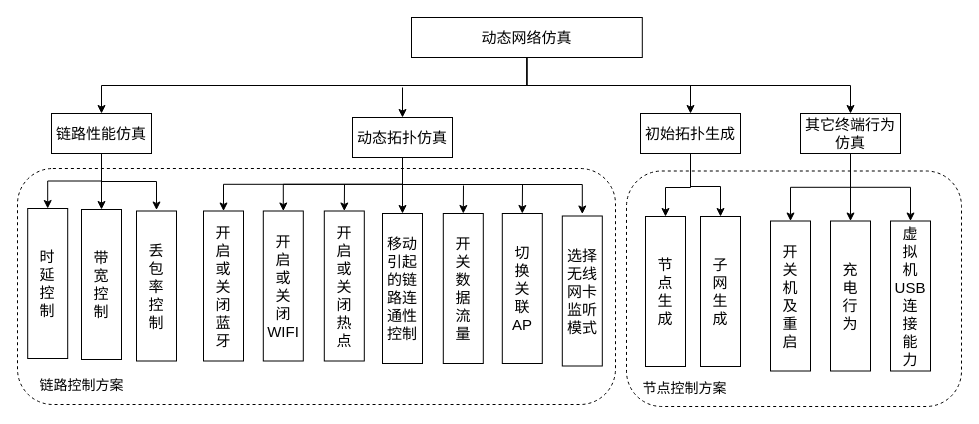
This is page "动态网络仿真需求" (7 of 8) of 网络控制技术_流程图.drawio from Icarus1994/neutron_conf, a draw.io file, before an edit. Source tidied: cells renumbered, new cells numbered last; positions are measured from the earlier drawing's top-left corner, leaving out a move shared by most shapes. Both pictures are drawn from the tidied source at 100%, with x=0, y=0 at pixel (17, 17).
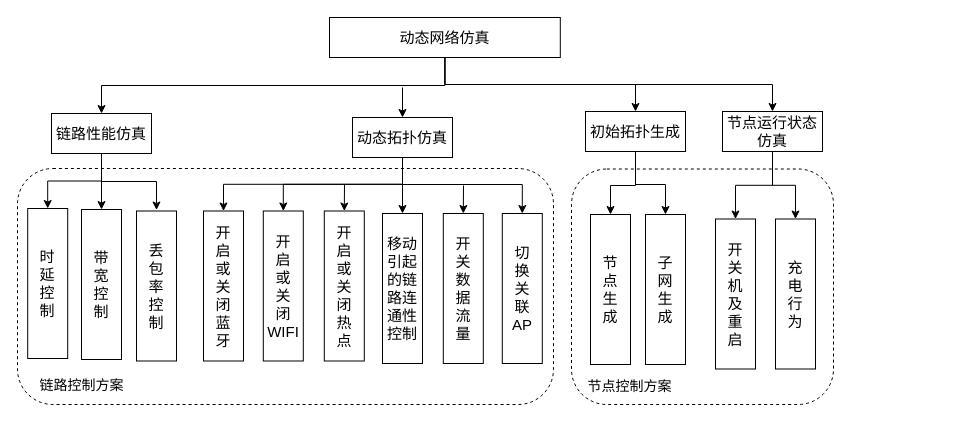
The same diagram, later.

The change refers to these unchanged cells:
```xml
<mxCell id="17" value="&lt;font style=&quot;font-size: 15px&quot;&gt;链路性能仿真&lt;/font&gt;" style="rounded=0;whiteSpace=wrap;html=1;strokeWidth=1;fontSize=15;" parent="1" vertex="1">
  <mxGeometry x="34" y="96" width="100" height="40" as="geometry" />
</mxCell>
<mxCell id="43" value="切&lt;br&gt;换&lt;br&gt;关&lt;br&gt;联&lt;br&gt;AP" style="rounded=0;whiteSpace=wrap;html=1;strokeWidth=1;fontSize=15;" parent="1" vertex="1">
  <mxGeometry x="484.8" y="196" width="40" height="150" as="geometry" />
</mxCell>
```

Diff of the diagram source:
```diff
@@
     <mxCell id="2" style="rounded=1;whiteSpace=wrap;html=1;dashed=1;" parent="1" vertex="1">
-      <mxGeometry y="151" width="598" height="236" as="geometry" />
+      <mxGeometry y="151" width="536" height="236" as="geometry" />
     </mxCell>
     <mxCell id="3" style="rounded=1;whiteSpace=wrap;html=1;dashed=1;" parent="1" vertex="1">
-      <mxGeometry x="609" y="153.5" width="335" height="235.5" as="geometry" />
+      <mxGeometry x="554" y="151.5" width="262" height="235.5" as="geometry" />
     </mxCell>
@@
     <mxCell id="6" style="edgeStyle=orthogonalEdgeStyle;rounded=0;jettySize=auto;html=1;exitX=0.5;exitY=1;exitDx=0;exitDy=0;entryX=0.5;entryY=0;entryDx=0;entryDy=0;" parent="1" edge="1" source="8" target="17">
       <mxGeometry relative="1" as="geometry">
         <Array as="points">
-          <mxPoint x="509" y="68" />
+          <mxPoint x="427" y="68" />
           <mxPoint x="84" y="68" />
         </Array>
       </mxGeometry>
     </mxCell>
@@
     <mxCell id="8" value="&lt;font style=&quot;font-size: 15px&quot;&gt;动态网络仿真&lt;/font&gt;" style="rounded=0;whiteSpace=wrap;html=1;strokeWidth=1;fontSize=15;" parent="1" vertex="1">
-      <mxGeometry x="394" width="230.8" height="40" as="geometry" />
+      <mxGeometry x="312" width="230.8" height="40" as="geometry" />
     </mxCell>
     <mxCell id="9" style="edgeStyle=orthogonalEdgeStyle;rounded=0;jettySize=auto;html=1;exitX=0.5;exitY=1;exitDx=0;exitDy=0;entryX=0.5;entryY=0;entryDx=0;entryDy=0;" parent="1" edge="1" source="11" target="12">
       <mxGeometry relative="1" as="geometry">
         <Array as="points">
-          <mxPoint x="673" y="170" />
-          <mxPoint x="648" y="170" />
+          <mxPoint x="618" y="168" />
+          <mxPoint x="593" y="168" />
         </Array>
       </mxGeometry>
     </mxCell>
     <mxCell id="10" style="edgeStyle=orthogonalEdgeStyle;rounded=0;jettySize=auto;html=1;exitX=0.5;exitY=1;exitDx=0;exitDy=0;entryX=0.5;entryY=0;entryDx=0;entryDy=0;" parent="1" edge="1" source="11" target="13">
       <mxGeometry relative="1" as="geometry">
         <Array as="points">
-          <mxPoint x="673" y="169" />
-          <mxPoint x="703" y="169" />
+          <mxPoint x="618" y="167" />
+          <mxPoint x="648" y="167" />
         </Array>
       </mxGeometry>
     </mxCell>
     <mxCell id="11" value="&lt;font style=&quot;font-size: 15px&quot;&gt;初始拓扑生成&lt;/font&gt;" style="rounded=0;whiteSpace=wrap;html=1;strokeWidth=1;fontSize=15;" parent="1" vertex="1">
-      <mxGeometry x="623" y="96" width="100" height="40" as="geometry" />
+      <mxGeometry x="568" y="94" width="100" height="40" as="geometry" />
     </mxCell>
     <mxCell id="12" value="节&lt;br&gt;点&lt;br&gt;生&lt;br&gt;成" style="rounded=0;whiteSpace=wrap;html=1;strokeWidth=1;fontSize=15;" parent="1" vertex="1">
-      <mxGeometry x="628" y="199" width="40" height="150" as="geometry" />
+      <mxGeometry x="573" y="197" width="40" height="150" as="geometry" />
     </mxCell>
     <mxCell id="13" value="子&lt;br&gt;网&lt;br&gt;生&lt;br&gt;成" style="rounded=0;whiteSpace=wrap;html=1;strokeWidth=1;fontSize=15;" parent="1" vertex="1">
-      <mxGeometry x="683" y="199" width="40" height="150" as="geometry" />
+      <mxGeometry x="628" y="197" width="40" height="150" as="geometry" />
     </mxCell>
@@
-    <mxCell id="23" style="edgeStyle=orthogonalEdgeStyle;rounded=0;orthogonalLoop=1;jettySize=auto;html=1;entryX=0.5;entryY=0;entryDx=0;entryDy=0;" parent="1" edge="1">
-      <mxGeometry relative="1" as="geometry">
-        <mxPoint x="505" y="167" as="sourcePoint" />
-        <mxPoint x="504.8" y="196" as="targetPoint" />
-      </mxGeometry>
-    </mxCell>
-    <mxCell id="24" style="edgeStyle=orthogonalEdgeStyle;rounded=0;orthogonalLoop=1;jettySize=auto;html=1;exitX=0.5;exitY=1;exitDx=0;exitDy=0;entryX=0.5;entryY=0;entryDx=0;entryDy=0;" parent="1" edge="1">
+    <mxCell id="24" style="edgeStyle=orthogonalEdgeStyle;rounded=0;jettySize=auto;html=1;exitX=0.5;exitY=1;exitDx=0;exitDy=0;entryX=0.5;entryY=0;entryDx=0;entryDy=0;" parent="1" edge="1" target="43">
       <mxGeometry relative="1" as="geometry">
         <mxPoint x="385" y="138" as="sourcePoint" />
-        <mxPoint x="564.8" y="196.5" as="targetPoint" />
         <Array as="points">
           <mxPoint x="385" y="167" />
-          <mxPoint x="565" y="167" />
+          <mxPoint x="505" y="167" />
         </Array>
       </mxGeometry>
     </mxCell>
@@
-    <mxCell id="28" style="edgeStyle=orthogonalEdgeStyle;rounded=0;jettySize=auto;html=1;exitX=0.5;exitY=1;exitDx=0;exitDy=0;entryX=0.5;entryY=0;entryDx=0;entryDy=0;" parent="1" edge="1" source="29" target="38">
-      <mxGeometry relative="1" as="geometry" />
-    </mxCell>
-    <mxCell id="29" value="&lt;font style=&quot;font-size: 15px&quot;&gt;其它终端行为仿真&lt;/font&gt;" style="rounded=0;whiteSpace=wrap;html=1;strokeWidth=1;fontSize=15;" parent="1" vertex="1">
-      <mxGeometry x="783" y="96" width="100" height="40" as="geometry" />
+    <mxCell id="29" value="&lt;font style=&quot;font-size: 15px&quot;&gt;节点运行状态仿真&lt;/font&gt;" style="rounded=0;whiteSpace=wrap;html=1;strokeWidth=1;fontSize=15;" parent="1" vertex="1">
+      <mxGeometry x="705" y="94" width="100" height="40" as="geometry" />
     </mxCell>
     <mxCell id="30" value="充&lt;br&gt;电&lt;br&gt;行&lt;br&gt;为" style="rounded=0;whiteSpace=wrap;html=1;strokeWidth=1;fontSize=15;" parent="1" vertex="1">
-      <mxGeometry x="813" y="203.5" width="40" height="150" as="geometry" />
+      <mxGeometry x="758" y="201.5" width="40" height="150" as="geometry" />
     </mxCell>
@@
     <mxCell id="33" value="&lt;font style=&quot;font-size: 14px&quot;&gt;节点控制方案&lt;/font&gt;" style="text;html=1;align=center;verticalAlign=middle;" parent="1" vertex="1">
-      <mxGeometry x="617" y="360.5" width="100" height="20" as="geometry" />
+      <mxGeometry x="562" y="358.5" width="100" height="20" as="geometry" />
     </mxCell>
@@
     <mxCell id="37" value="开&lt;br&gt;关&lt;br&gt;机&lt;br&gt;及&lt;br&gt;重&lt;br&gt;启" style="rounded=0;whiteSpace=wrap;html=1;strokeWidth=1;fontSize=15;" parent="1" vertex="1">
-      <mxGeometry x="753" y="203.5" width="40" height="150" as="geometry" />
+      <mxGeometry x="698" y="201.5" width="40" height="150" as="geometry" />
     </mxCell>
-    <mxCell id="38" value="虚&lt;br&gt;拟&lt;br&gt;机USB连&lt;br&gt;接&lt;br&gt;能&lt;br&gt;力" style="rounded=0;whiteSpace=wrap;html=1;strokeWidth=1;fontSize=15;" parent="1" vertex="1">
-      <mxGeometry x="873" y="203.5" width="40" height="150" as="geometry" />
-    </mxCell>
@@
-    <mxCell id="44" value="选择无线网卡监听模式" style="rounded=0;whiteSpace=wrap;html=1;strokeWidth=1;fontSize=15;" parent="1" vertex="1">
-      <mxGeometry x="544.8" y="198.5" width="40" height="150" as="geometry" />
-    </mxCell>
```
